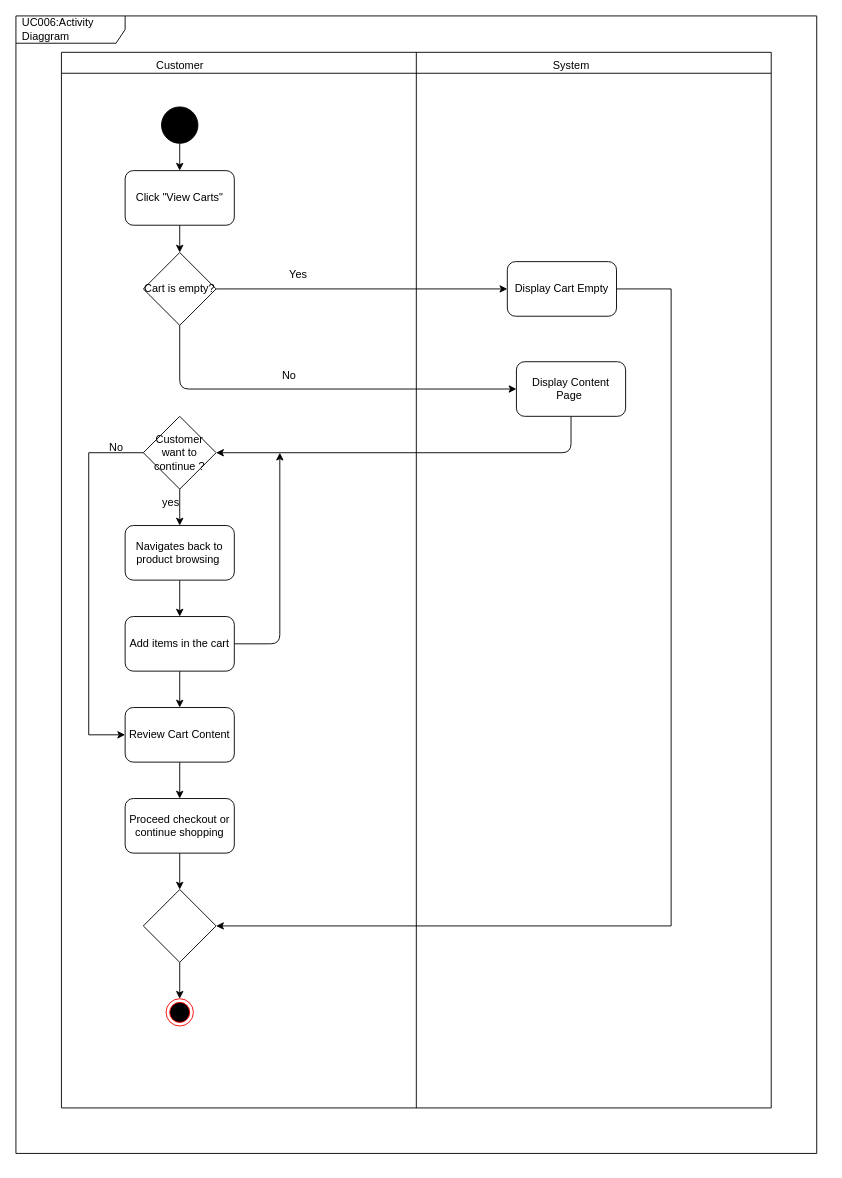
drshahizan/software-engineering keeps this draw.io diagram as proposal/submission/sec02/Allen/UC006/activity diagram.drawio. Above is the earlier version. Source tidied: cells renumbered, new cells numbered last; positions are measured from the earlier drawing's top-left corner, leaving out a move shared by most shapes. Both pictures are drawn from the tidied source at 91%, with x=0, y=0 at pixel (15, 15).
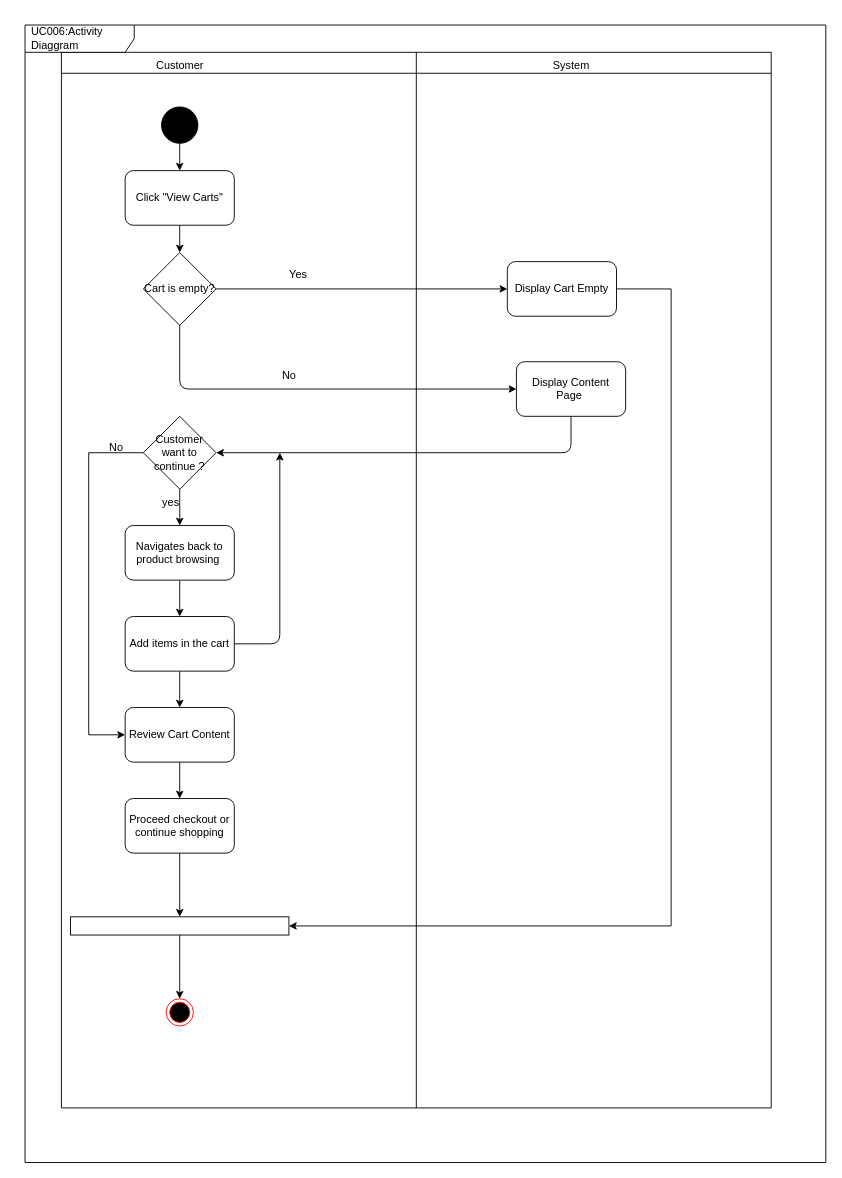
After the change.

Unchanged cells that the change refers to:
```xml
<mxCell id="2" value="&amp;nbsp;" style="swimlane;whiteSpace=wrap;html=1;" parent="1" vertex="1">
  <mxGeometry x="50" y="40" width="780" height="1160" as="geometry" />
</mxCell>
<mxCell id="30" value="Proceed checkout or continue shopping" style="rounded=1;whiteSpace=wrap;html=1;" parent="2" vertex="1">
  <mxGeometry x="70" y="820" width="120" height="60" as="geometry" />
</mxCell>
<mxCell id="33" style="ellipse;html=1;shape=endState;fillColor=#000000;strokeColor=#ff0000;direction=south;" parent="2" vertex="1">
  <mxGeometry x="115" y="1040" width="30" height="30" as="geometry" />
</mxCell>
```

The edit, as a diff of the source:
```diff
@@
-    <mxCell id="29" style="edgeStyle=none;html=1;entryX=0.5;entryY=0;entryDx=0;entryDy=0;" parent="2" edge="1" source="30" target="32">
-      <mxGeometry relative="1" as="geometry" />
-    </mxCell>
+    <mxCell id="42" style="edgeStyle=none;html=1;entryX=0.5;entryY=0;entryDx=0;entryDy=0;" parent="2" edge="1" source="30" target="41">
+      <mxGeometry relative="1" as="geometry" />
+    </mxCell>
@@
-    <mxCell id="31" style="edgeStyle=none;html=1;exitX=0.5;exitY=1;exitDx=0;exitDy=0;entryX=0;entryY=0.5;entryDx=0;entryDy=0;" parent="2" edge="1" source="32" target="33">
-      <mxGeometry relative="1" as="geometry" />
-    </mxCell>
-    <mxCell id="32" style="rhombus;whiteSpace=wrap;html=1;" parent="2" vertex="1">
-      <mxGeometry x="90" y="920" width="80" height="80" as="geometry" />
-    </mxCell>
@@
+    <mxCell id="43" style="edgeStyle=none;html=1;entryX=0;entryY=0.5;entryDx=0;entryDy=0;" parent="2" edge="1" source="41" target="33">
+      <mxGeometry relative="1" as="geometry" />
+    </mxCell>
+    <mxCell id="41" style="rounded=0;whiteSpace=wrap;html=1;" parent="2" vertex="1">
+      <mxGeometry x="10" y="950" width="240" height="20" as="geometry" />
+    </mxCell>
@@
-    <mxCell id="40" style="endArrow=classic;html=1;entryX=1;entryY=0.5;entryDx=0;entryDy=0;" parent="1" edge="1" target="32">
-      <mxGeometry relative="1" as="geometry">
-        <mxPoint x="720" y="1000" as="sourcePoint" />
-      </mxGeometry>
-    </mxCell>
-    <mxCell id="41" value="UC006:Activity Diaggram" style="shape=umlFrame;whiteSpace=wrap;html=1;width=120;height=30;boundedLbl=1;verticalAlign=middle;align=left;spacingLeft=5;" parent="1" vertex="1">
-      <mxGeometry width="880" height="1250" as="geometry" />
-    </mxCell>
+    <mxCell id="44" style="endArrow=classic;html=1;entryX=1;entryY=0.5;entryDx=0;entryDy=0;" parent="1" edge="1" target="41">
+      <mxGeometry relative="1" as="geometry">
+        <mxPoint x="720" y="1000" as="sourcePoint" />
+      </mxGeometry>
+    </mxCell>
+    <mxCell id="45" value="UC006:Activity Diaggram" style="shape=umlFrame;whiteSpace=wrap;html=1;width=120;height=30;boundedLbl=1;verticalAlign=middle;align=left;spacingLeft=5;" parent="1" vertex="1">
+      <mxGeometry x="10" y="10" width="880" height="1250" as="geometry" />
+    </mxCell>
```
